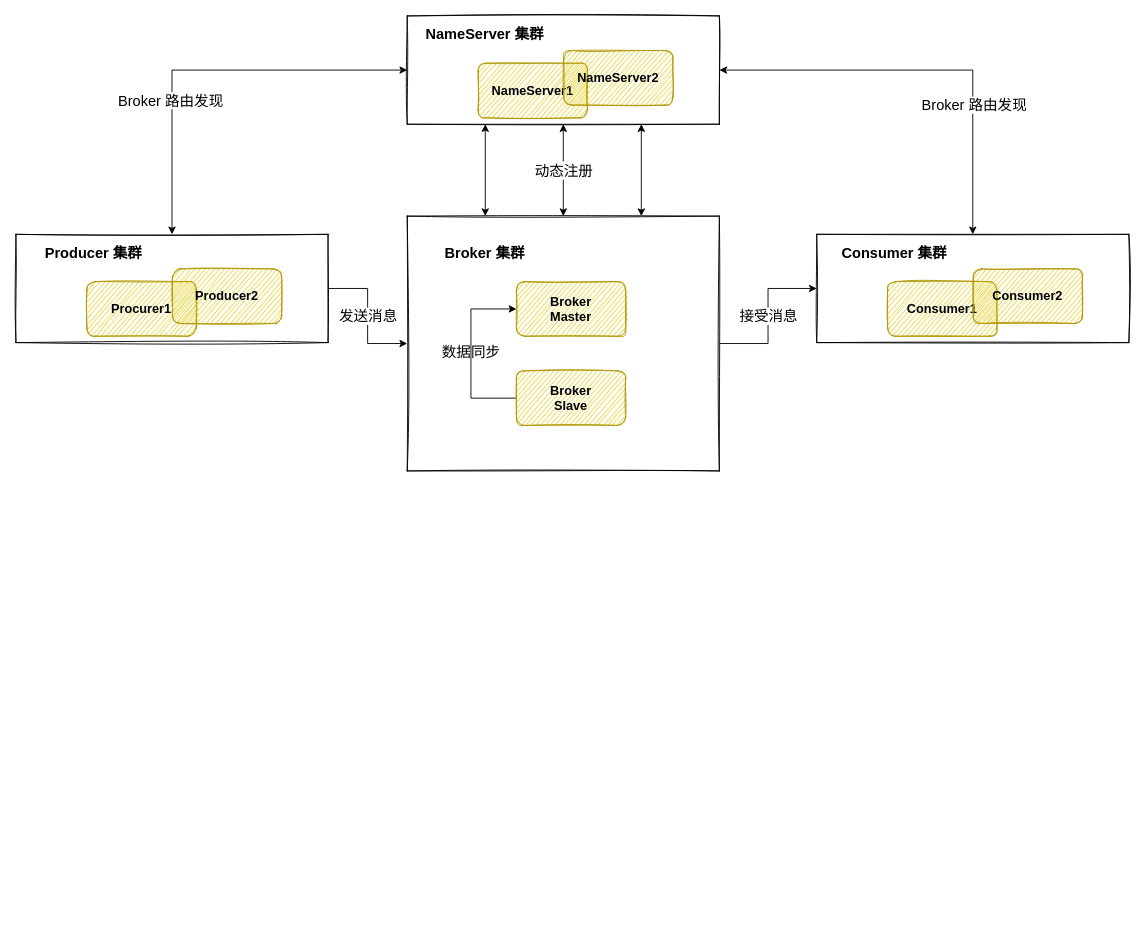
Above: RocketMQ.drawio in gelald/drawio-storage (draw.io), before the change. Source tidied: cells renumbered, new cells numbered last; positions are measured from the earlier drawing's top-left corner, leaving out a move shared by most shapes. Both pictures are drawn from the tidied source at 91%, with x=0, y=0 at pixel (15, 15).
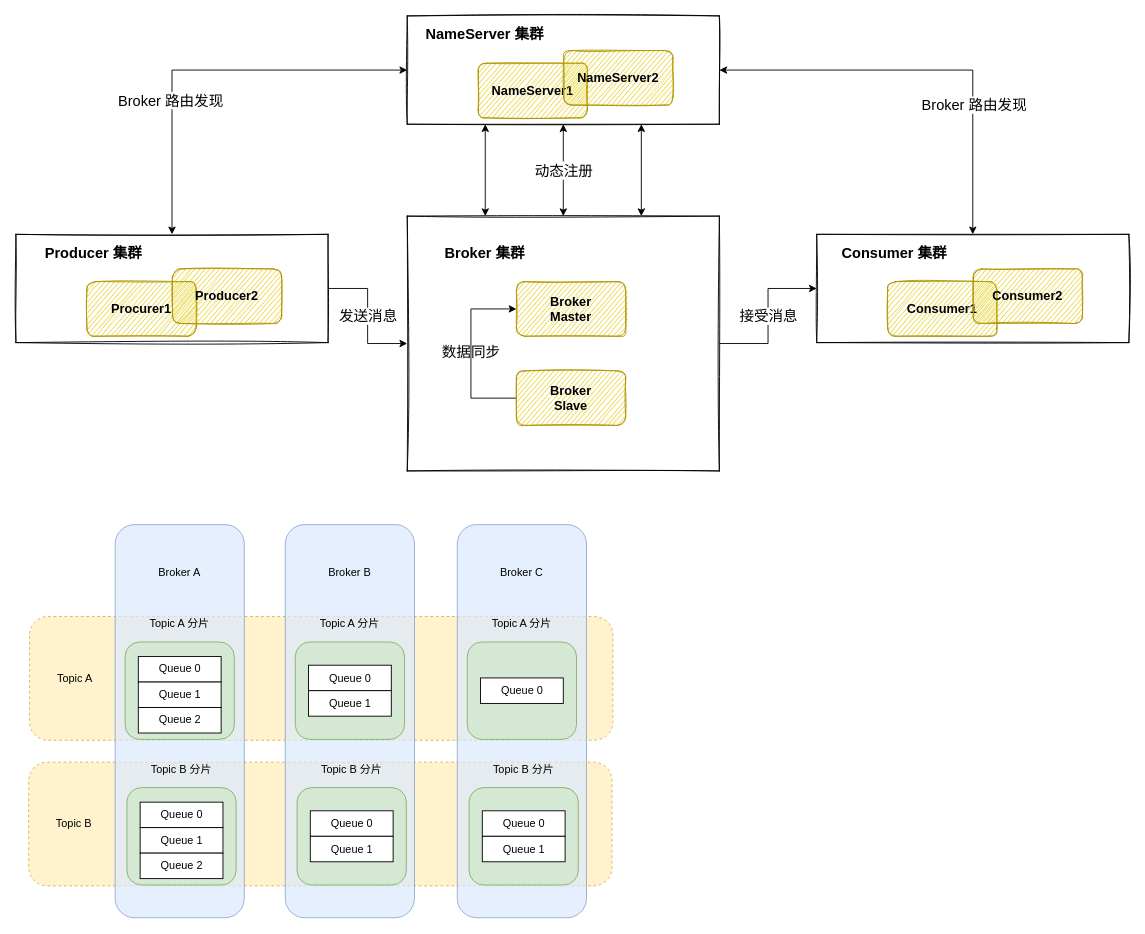
After the change.

The edit, as a diff of the source:
```diff
@@
+    <mxCell id="35" style="group;" parent="1" vertex="1">
+      <mxGeometry x="14" y="820" width="641" height="136" as="geometry" />
+    </mxCell>
+    <mxCell id="36" style="rounded=1;whiteSpace=wrap;html=1;dashed=1;fillColor=#fff2cc;strokeColor=#d6b656;" parent="35" vertex="1">
+      <mxGeometry width="641" height="136" as="geometry" />
+    </mxCell>
+    <mxCell id="37" value="Topic B" style="text;html=1;strokeColor=none;fillColor=none;align=center;verticalAlign=middle;whiteSpace=wrap;rounded=0;dashed=1;opacity=70;" parent="35" vertex="1">
+      <mxGeometry x="23.2" y="53" width="53.5" height="30" as="geometry" />
+    </mxCell>
+    <mxCell id="38" style="group;" parent="1" vertex="1">
+      <mxGeometry x="15" y="660" width="641" height="136" as="geometry" />
+    </mxCell>
+    <mxCell id="39" style="rounded=1;whiteSpace=wrap;html=1;dashed=1;fillColor=#fff2cc;strokeColor=#d6b656;" parent="38" vertex="1">
+      <mxGeometry width="641" height="136" as="geometry" />
+    </mxCell>
+    <mxCell id="40" value="Topic A" style="text;html=1;strokeColor=none;fillColor=none;align=center;verticalAlign=middle;whiteSpace=wrap;rounded=0;dashed=1;opacity=70;" parent="38" vertex="1">
+      <mxGeometry x="23.2" y="53" width="53.5" height="30" as="geometry" />
+    </mxCell>
@@
+    <mxCell id="41" style="rounded=1;whiteSpace=wrap;html=1;fillColor=#dae8fc;strokeColor=#6c8ebf;opacity=70;" parent="1" vertex="1">
+      <mxGeometry x="109" y="559" width="142" height="432" as="geometry" />
+    </mxCell>
+    <mxCell id="42" style="group;" parent="1" vertex="1">
+      <mxGeometry x="120" y="653" width="120" height="142" as="geometry" />
+    </mxCell>
+    <mxCell id="43" style="rounded=1;whiteSpace=wrap;html=1;fillColor=#d5e8d4;strokeColor=#82b366;" parent="42" vertex="1">
+      <mxGeometry y="35" width="120" height="107" as="geometry" />
+    </mxCell>
+    <mxCell id="44" value="Queue 0" style="rounded=0;whiteSpace=wrap;html=1;" parent="42" vertex="1">
+      <mxGeometry x="14.5" y="51" width="91" height="28" as="geometry" />
+    </mxCell>
+    <mxCell id="45" value="Queue 1" style="rounded=0;whiteSpace=wrap;html=1;" parent="42" vertex="1">
+      <mxGeometry x="14.5" y="79" width="91" height="28" as="geometry" />
+    </mxCell>
+    <mxCell id="46" value="Queue 2" style="rounded=0;whiteSpace=wrap;html=1;" parent="42" vertex="1">
+      <mxGeometry x="14.5" y="107" width="91" height="28" as="geometry" />
+    </mxCell>
+    <mxCell id="47" value="Topic A 分片" style="text;html=1;strokeColor=none;fillColor=none;align=center;verticalAlign=middle;whiteSpace=wrap;rounded=0;" parent="42" vertex="1">
+      <mxGeometry x="23" width="74" height="30" as="geometry" />
+    </mxCell>
+    <mxCell id="48" style="group;" parent="1" vertex="1">
+      <mxGeometry x="122" y="813" width="120" height="142" as="geometry" />
+    </mxCell>
+    <mxCell id="49" style="rounded=1;whiteSpace=wrap;html=1;fillColor=#d5e8d4;strokeColor=#82b366;" parent="48" vertex="1">
+      <mxGeometry y="35" width="120" height="107" as="geometry" />
+    </mxCell>
+    <mxCell id="50" value="Queue 0" style="rounded=0;whiteSpace=wrap;html=1;" parent="48" vertex="1">
+      <mxGeometry x="14.5" y="51" width="91" height="28" as="geometry" />
+    </mxCell>
+    <mxCell id="51" value="Queue 1" style="rounded=0;whiteSpace=wrap;html=1;" parent="48" vertex="1">
+      <mxGeometry x="14.5" y="79" width="91" height="28" as="geometry" />
+    </mxCell>
+    <mxCell id="52" value="Queue 2" style="rounded=0;whiteSpace=wrap;html=1;" parent="48" vertex="1">
+      <mxGeometry x="14.5" y="107" width="91" height="28" as="geometry" />
+    </mxCell>
+    <mxCell id="53" value="Topic B 分片" style="text;html=1;strokeColor=none;fillColor=none;align=center;verticalAlign=middle;whiteSpace=wrap;rounded=0;" parent="48" vertex="1">
+      <mxGeometry x="23" width="74" height="30" as="geometry" />
+    </mxCell>
+    <mxCell id="54" style="rounded=1;whiteSpace=wrap;html=1;fillColor=#dae8fc;strokeColor=#6c8ebf;opacity=70;" parent="1" vertex="1">
+      <mxGeometry x="296" y="559" width="142" height="432" as="geometry" />
+    </mxCell>
+    <mxCell id="55" style="group;" parent="1" vertex="1">
+      <mxGeometry x="307" y="653" width="120" height="142" as="geometry" />
+    </mxCell>
+    <mxCell id="56" style="rounded=1;whiteSpace=wrap;html=1;fillColor=#d5e8d4;strokeColor=#82b366;" parent="55" vertex="1">
+      <mxGeometry y="35" width="120" height="107" as="geometry" />
+    </mxCell>
+    <mxCell id="57" value="Queue 0" style="rounded=0;whiteSpace=wrap;html=1;" parent="55" vertex="1">
+      <mxGeometry x="14.5" y="60.5" width="91" height="28" as="geometry" />
+    </mxCell>
+    <mxCell id="58" value="Queue 1" style="rounded=0;whiteSpace=wrap;html=1;" parent="55" vertex="1">
+      <mxGeometry x="14.5" y="88.5" width="91" height="28" as="geometry" />
+    </mxCell>
+    <mxCell id="59" value="Topic A 分片" style="text;html=1;strokeColor=none;fillColor=none;align=center;verticalAlign=middle;whiteSpace=wrap;rounded=0;" parent="55" vertex="1">
+      <mxGeometry x="23" width="74" height="30" as="geometry" />
+    </mxCell>
+    <mxCell id="60" style="group;" parent="1" vertex="1">
+      <mxGeometry x="309" y="813" width="120" height="142" as="geometry" />
+    </mxCell>
+    <mxCell id="61" style="rounded=1;whiteSpace=wrap;html=1;fillColor=#d5e8d4;strokeColor=#82b366;" parent="60" vertex="1">
+      <mxGeometry y="35" width="120" height="107" as="geometry" />
+    </mxCell>
+    <mxCell id="62" value="Queue 0" style="rounded=0;whiteSpace=wrap;html=1;" parent="60" vertex="1">
+      <mxGeometry x="14.5" y="60.5" width="91" height="28" as="geometry" />
+    </mxCell>
+    <mxCell id="63" value="Queue 1" style="rounded=0;whiteSpace=wrap;html=1;" parent="60" vertex="1">
+      <mxGeometry x="14.5" y="88.5" width="91" height="28" as="geometry" />
+    </mxCell>
+    <mxCell id="64" value="Topic B 分片" style="text;html=1;strokeColor=none;fillColor=none;align=center;verticalAlign=middle;whiteSpace=wrap;rounded=0;" parent="60" vertex="1">
+      <mxGeometry x="23" width="74" height="30" as="geometry" />
+    </mxCell>
+    <mxCell id="65" style="rounded=1;whiteSpace=wrap;html=1;fillColor=#dae8fc;strokeColor=#6c8ebf;opacity=70;" parent="1" vertex="1">
+      <mxGeometry x="485" y="559" width="142" height="432" as="geometry" />
+    </mxCell>
+    <mxCell id="66" style="group;" parent="1" vertex="1">
+      <mxGeometry x="496" y="653" width="120" height="142" as="geometry" />
+    </mxCell>
+    <mxCell id="67" style="rounded=1;whiteSpace=wrap;html=1;fillColor=#d5e8d4;strokeColor=#82b366;" parent="66" vertex="1">
+      <mxGeometry y="35" width="120" height="107" as="geometry" />
+    </mxCell>
+    <mxCell id="68" value="Queue 0" style="rounded=0;whiteSpace=wrap;html=1;" parent="66" vertex="1">
+      <mxGeometry x="14.5" y="74.5" width="91" height="28" as="geometry" />
+    </mxCell>
+    <mxCell id="69" value="Topic A 分片" style="text;html=1;strokeColor=none;fillColor=none;align=center;verticalAlign=middle;whiteSpace=wrap;rounded=0;" parent="66" vertex="1">
+      <mxGeometry x="23" width="74" height="30" as="geometry" />
+    </mxCell>
+    <mxCell id="70" style="group;" parent="1" vertex="1">
+      <mxGeometry x="498" y="813" width="120" height="142" as="geometry" />
+    </mxCell>
+    <mxCell id="71" style="rounded=1;whiteSpace=wrap;html=1;fillColor=#d5e8d4;strokeColor=#82b366;" parent="70" vertex="1">
+      <mxGeometry y="35" width="120" height="107" as="geometry" />
+    </mxCell>
+    <mxCell id="72" value="Queue 0" style="rounded=0;whiteSpace=wrap;html=1;" parent="70" vertex="1">
+      <mxGeometry x="14.5" y="60.5" width="91" height="28" as="geometry" />
+    </mxCell>
+    <mxCell id="73" value="Queue 1" style="rounded=0;whiteSpace=wrap;html=1;" parent="70" vertex="1">
+      <mxGeometry x="14.5" y="88.5" width="91" height="28" as="geometry" />
+    </mxCell>
+    <mxCell id="74" value="Topic B 分片" style="text;html=1;strokeColor=none;fillColor=none;align=center;verticalAlign=middle;whiteSpace=wrap;rounded=0;" parent="70" vertex="1">
+      <mxGeometry x="23" width="74" height="30" as="geometry" />
+    </mxCell>
+    <mxCell id="75" value="Broker A" style="text;html=1;strokeColor=none;fillColor=none;align=center;verticalAlign=middle;whiteSpace=wrap;rounded=0;" parent="1" vertex="1">
+      <mxGeometry x="150" y="597" width="60" height="30" as="geometry" />
+    </mxCell>
+    <mxCell id="76" value="Broker B" style="text;html=1;strokeColor=none;fillColor=none;align=center;verticalAlign=middle;whiteSpace=wrap;rounded=0;" parent="1" vertex="1">
+      <mxGeometry x="337" y="597" width="60" height="30" as="geometry" />
+    </mxCell>
+    <mxCell id="77" value="Broker C" style="text;html=1;strokeColor=none;fillColor=none;align=center;verticalAlign=middle;whiteSpace=wrap;rounded=0;" parent="1" vertex="1">
+      <mxGeometry x="526" y="597" width="60" height="30" as="geometry" />
+    </mxCell>
```
